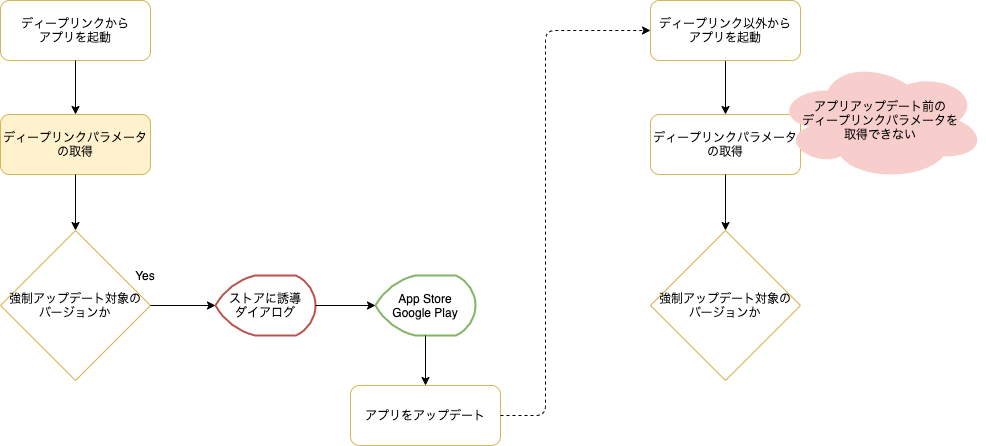
ws-4020/mobile-app-crib-notes keeps this draw.io diagram as website/docs/react-native/santoku/decisions/assets/adr-005-deep-links-flow3.drawio.png. Above is the earlier version. Source tidied: cells renumbered, new cells last; positions are measured from the earlier drawing's top-left corner, leaving out a move shared by most shapes.
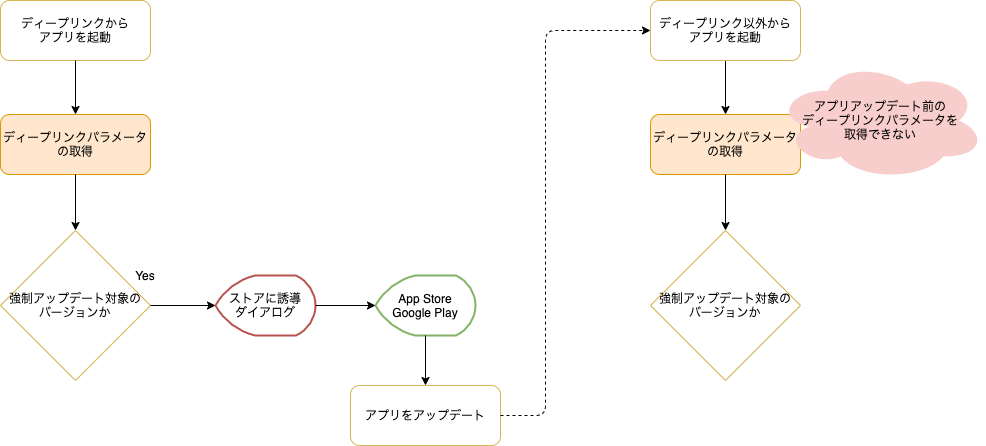
Later version of the same file.

What changed in the source:
```diff
@@ -17,7 +17,7 @@
     <mxCell id="6" value="アプリをアップデート" style="rounded=1;whiteSpace=wrap;html=1;strokeColor=#d6b656;fillColor=none;" parent="1" vertex="1">
       <mxGeometry x="350" y="385" width="150" height="60" as="geometry" />
     </mxCell>
-    <mxCell id="7" value="ディープリンクパラメータの取得" style="rounded=1;whiteSpace=wrap;html=1;strokeColor=#d6b656;fillColor=none;" parent="1" vertex="1">
+    <mxCell id="7" value="ディープリンクパラメータの取得" style="rounded=1;whiteSpace=wrap;html=1;strokeColor=#d79b00;fillColor=#ffe6cc;" parent="1" vertex="1">
       <mxGeometry x="650" y="114" width="150" height="60" as="geometry" />
     </mxCell>
     <mxCell id="8" style="endArrow=classic;html=1;exitX=0.5;exitY=1;exitDx=0;exitDy=0;entryX=0.5;entryY=0;entryDx=0;entryDy=0;" parent="1" edge="1" source="2" target="18">
@@ -55,7 +55,7 @@
     <mxCell id="17" value="ディープリンク以外から&lt;br&gt;アプリを起動" style="rounded=1;whiteSpace=wrap;html=1;strokeColor=#d6b656;fillColor=none;" parent="1" vertex="1">
       <mxGeometry x="650" width="150" height="60" as="geometry" />
     </mxCell>
-    <mxCell id="18" value="ディープリンクパラメータ&lt;br&gt;の取得" style="rounded=1;whiteSpace=wrap;html=1;strokeColor=#d6b656;fillColor=#fff2cc;" parent="1" vertex="1">
+    <mxCell id="18" value="ディープリンクパラメータ&lt;br&gt;の取得" style="rounded=1;whiteSpace=wrap;html=1;strokeColor=#d79b00;fillColor=#ffe6cc;" parent="1" vertex="1">
       <mxGeometry y="114" width="150" height="60" as="geometry" />
     </mxCell>
     <mxCell id="19" style="endArrow=classic;html=1;entryX=0.5;entryY=0;entryDx=0;entryDy=0;exitX=0.5;exitY=1;exitDx=0;exitDy=0;" parent="1" edge="1" source="18" target="3">
```
